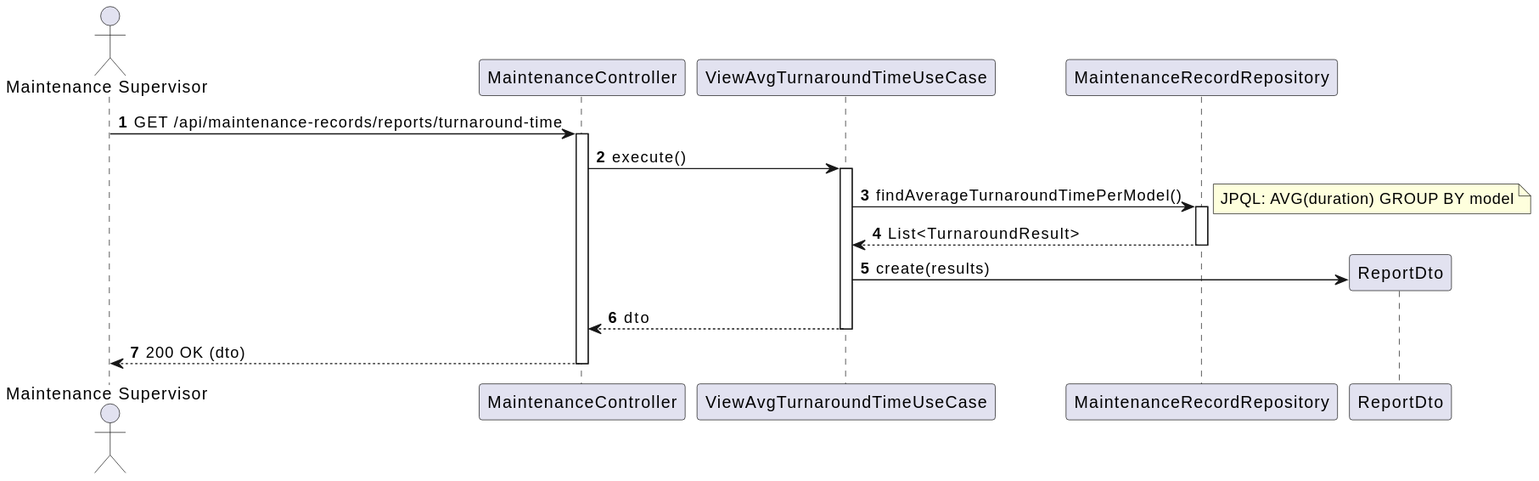
Above: docs/sytem-documentation/US221/svg/US221-SD.svg in caetanotiago/PSOFT (PlantUML), before the change. Source of this version:
```plantuml
@startuml
autonumber
actor "Maintenance Supervisor" as Supervisor
participant "MaintenanceController" as Ctrl
participant "ViewAvgTurnaroundTimeUseCase" as UseCase
participant "MaintenanceRecordRepository" as Repo
participant "ReportDto" as Dto

Supervisor -> Ctrl : GET /api/maintenance-records/reports/turnaround-time
activate Ctrl

Ctrl -> UseCase : execute()
activate UseCase

UseCase -> Repo : findAverageTurnaroundTimePerModel()
activate Repo
note right: JPQL: AVG(duration) GROUP BY model
Repo --> UseCase : List<TurnaroundResult>
deactivate Repo

UseCase -> Dto ** : create(results)
UseCase --> Ctrl : dto
deactivate UseCase

Ctrl --> Supervisor : 200 OK (dto)
deactivate Ctrl
@enduml
```
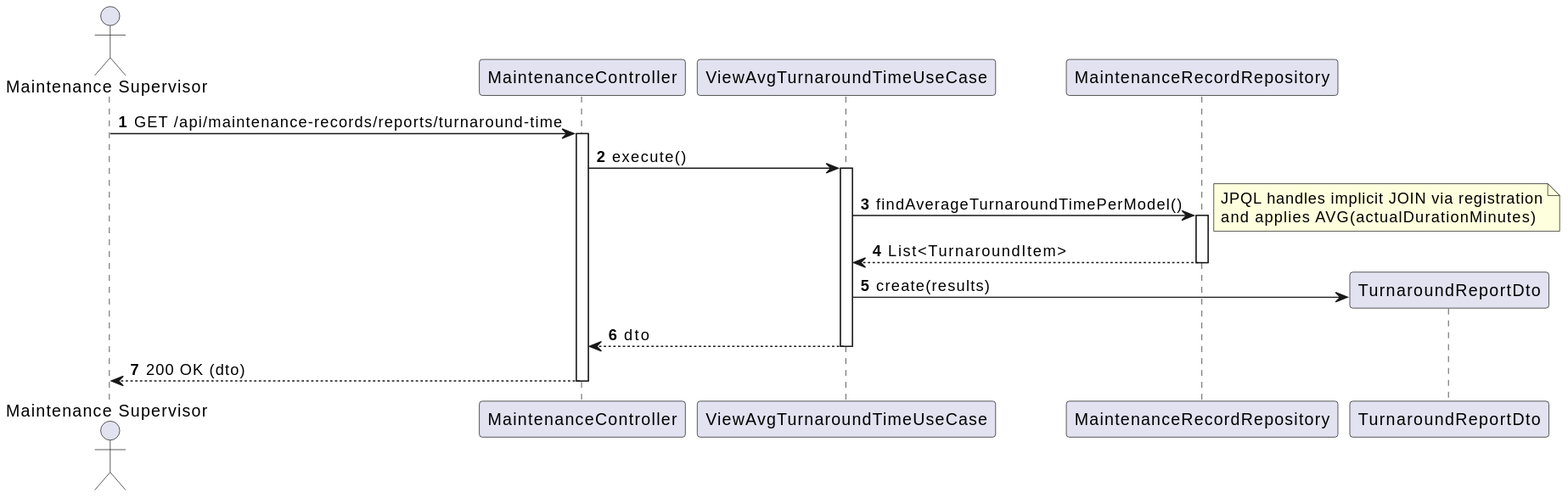
Above is the later version.

What changed in the source:
```diff
@@ -4,7 +4,7 @@
 participant "MaintenanceController" as Ctrl
 participant "ViewAvgTurnaroundTimeUseCase" as UseCase
 participant "MaintenanceRecordRepository" as Repo
-participant "ReportDto" as Dto
+participant "TurnaroundReportDto" as Dto
 
 Supervisor -> Ctrl : GET /api/maintenance-records/reports/turnaround-time
 activate Ctrl
@@ -14,8 +14,11 @@
 
 UseCase -> Repo : findAverageTurnaroundTimePerModel()
 activate Repo
-note right: JPQL: AVG(duration) GROUP BY model
-Repo --> UseCase : List<TurnaroundResult>
+note right
+  JPQL handles implicit JOIN via registration
+  and applies AVG(actualDurationMinutes)
+end note
+Repo --> UseCase : List<TurnaroundItem>
 deactivate Repo
 
 UseCase -> Dto ** : create(results)
```
